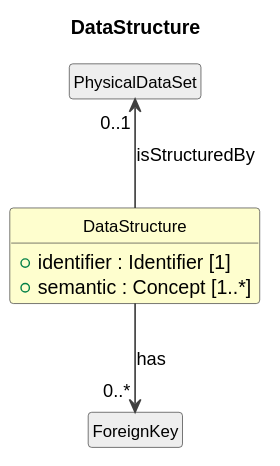
Earlier version of the PlantUML export cdif-uml-model/CDIFDataStructure/Classes/DataStructure.svg (Cross-Domain-Interoperability-Framework/metadataBuildingBlocks).
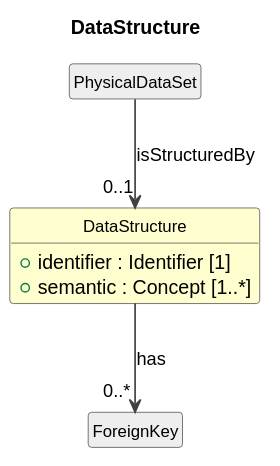
After the commit.

Change to the diagram source:
```diff
@@ -17,5 +17,5 @@
 class "ForeignKey" as ForeignKey #EEEEEE
 DataStructure --> "0..*" ForeignKey : has
 class "PhysicalDataSet" as PhysicalDataSet #EEEEEE
-PhysicalDataSet "0..1" <-- DataStructure : isStructuredBy
+PhysicalDataSet --> "0..1" DataStructure : isStructuredBy
 @enduml
```
